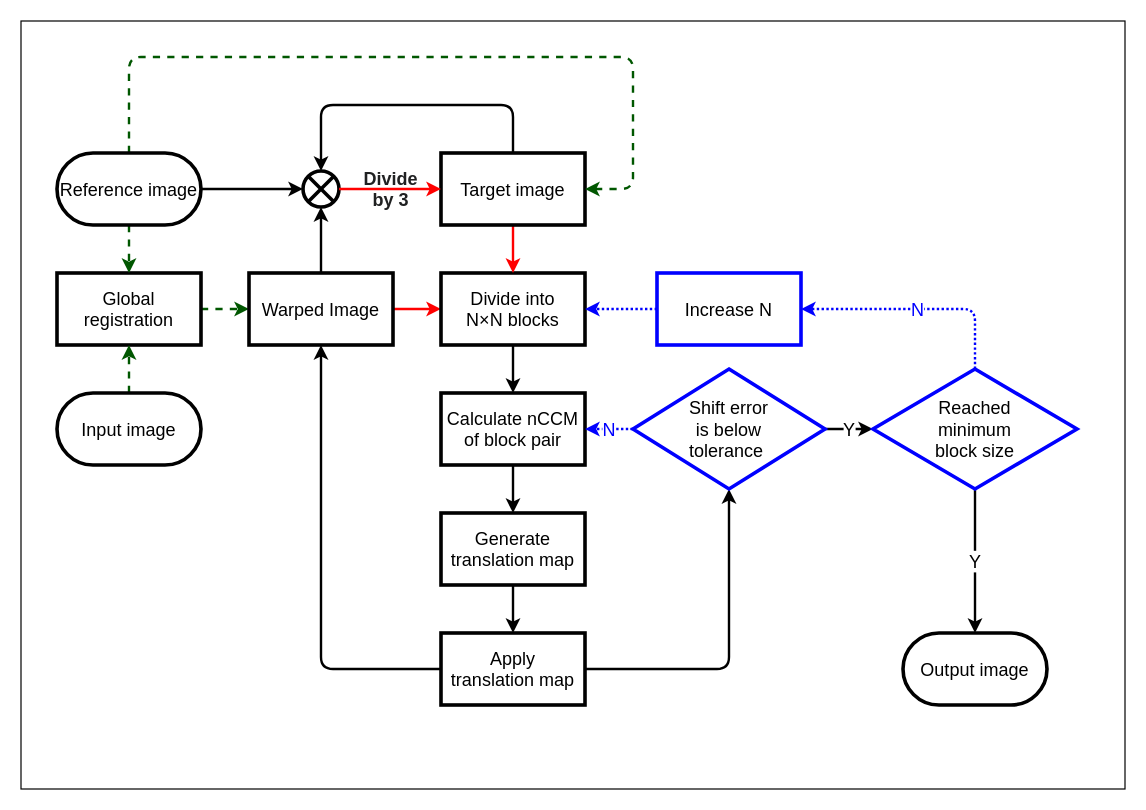
Above: Registration/flow.dio in ZaneWiegand/Microscope-SR (draw.io), before the change. Source tidied: cells renumbered, new cells numbered last; positions are measured from the earlier drawing's top-left corner, leaving out a move shared by most shapes. Both pictures are drawn from the tidied source at 120%, with x=0, y=0 at pixel (20, 20).
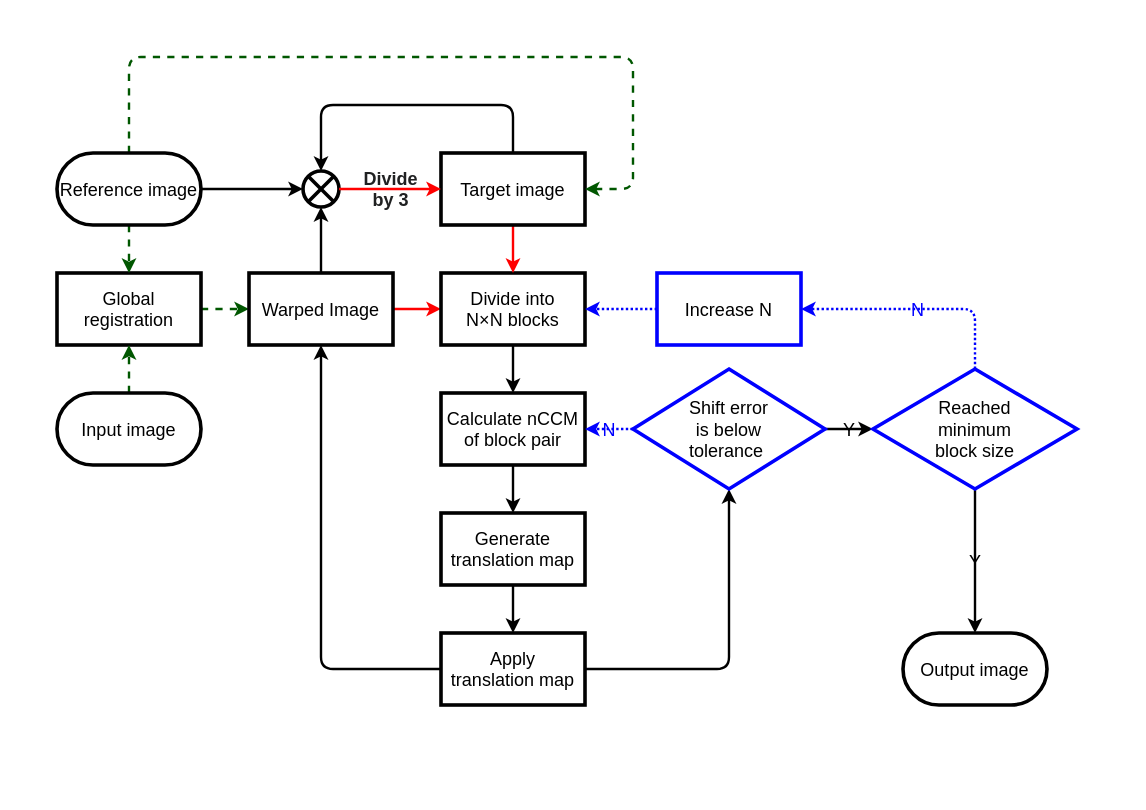
The same page after the edit.

The change refers to these unchanged cells:
```xml
<mxCell id="14" value="Calculate nCCM of block pair" style="whiteSpace=wrap;html=1;rounded=0;fontSize=15;fontColor=#000000;fillColor=none;strokeColor=#000000;strokeWidth=3;" parent="1" vertex="1">
  <mxGeometry x="350" y="310" width="120" height="60" as="geometry" />
</mxCell>
<mxCell id="22" value="Shift error &lt;br&gt;is below&lt;br&gt;tolerance&amp;nbsp;" style="rhombus;whiteSpace=wrap;html=1;rounded=0;fontSize=15;fillColor=none;fontColor=#000000;strokeWidth=3;strokeColor=#0000FF;" parent="1" vertex="1">
  <mxGeometry x="510" y="290" width="160" height="100" as="geometry" />
</mxCell>
<mxCell id="25" value="Reached&lt;br&gt;minimum&lt;br&gt;block size" style="rhombus;whiteSpace=wrap;html=1;rounded=0;fontSize=15;fillColor=none;fontColor=#000000;strokeWidth=3;strokeColor=#0000FF;" parent="1" vertex="1">
  <mxGeometry x="710" y="290" width="170" height="100" as="geometry" />
</mxCell>
<mxCell id="27" value="Increase N" style="whiteSpace=wrap;html=1;rounded=0;fontSize=15;fillColor=none;fontColor=#000000;strokeWidth=3;strokeColor=#0000FF;" parent="1" vertex="1">
  <mxGeometry x="530" y="210" width="120" height="60" as="geometry" />
</mxCell>
<mxCell id="34" value="&lt;span&gt;Output image&lt;/span&gt;" style="rounded=1;whiteSpace=wrap;html=1;fontSize=15;arcSize=50;fontColor=#000000;fillColor=none;strokeColor=#000000;strokeWidth=3;" parent="1" vertex="1">
  <mxGeometry x="735" y="510" width="120" height="60" as="geometry" />
</mxCell>
```

What changed in the source:
```diff
@@
-    <mxCell id="2" style="rounded=0;whiteSpace=wrap;html=1;fillColor=#FFFFFF;" parent="1" vertex="1">
-      <mxGeometry width="920" height="640" as="geometry" />
-    </mxCell>
@@
-    <mxCell id="9" value="&lt;span style=&quot;background-color: rgb(255 , 255 , 255)&quot;&gt;D&lt;font style=&quot;font-size: 15px&quot;&gt;ivide into &lt;br style=&quot;font-size: 15px&quot;&gt;N&lt;span style=&quot;font-family: &amp;#34;arial&amp;#34; , sans-serif ; text-align: left ; font-size: 15px&quot;&gt;×&lt;/span&gt;N blocks&lt;/font&gt;&lt;/span&gt;" style="rounded=0;whiteSpace=wrap;html=1;fontSize=15;fontColor=#000000;fillColor=none;strokeColor=#000000;strokeWidth=3;" parent="1" vertex="1">
+    <mxCell id="9" value="&lt;span style=&quot;&quot;&gt;D&lt;font style=&quot;font-size: 15px&quot;&gt;ivide into &lt;br style=&quot;font-size: 15px&quot;&gt;N&lt;span style=&quot;font-family: &amp;quot;arial&amp;quot; , sans-serif ; text-align: left ; font-size: 15px&quot;&gt;×&lt;/span&gt;N blocks&lt;/font&gt;&lt;/span&gt;" style="rounded=0;whiteSpace=wrap;html=1;fontSize=15;fontColor=#000000;fillColor=none;strokeColor=#000000;strokeWidth=3;labelBackgroundColor=none;" parent="1" vertex="1">
       <mxGeometry x="350" y="210" width="120" height="60" as="geometry" />
     </mxCell>
@@
-    <mxCell id="20" value="&lt;font color=&quot;#0000ff&quot;&gt;N&lt;/font&gt;" style="edgeStyle=none;html=1;exitX=0;exitY=0.5;exitDx=0;exitDy=0;entryX=1;entryY=0.5;entryDx=0;entryDy=0;fontSize=15;fillColor=#1ba1e2;fontColor=#000000;strokeWidth=2;labelBackgroundColor=#FFFFFF;strokeColor=#0000FF;dashed=1;dashPattern=1 1;" parent="1" edge="1" source="22" target="14">
+    <mxCell id="20" value="&lt;font color=&quot;#0000ff&quot;&gt;N&lt;/font&gt;" style="edgeStyle=none;html=1;exitX=0;exitY=0.5;exitDx=0;exitDy=0;entryX=1;entryY=0.5;entryDx=0;entryDy=0;fontSize=15;fillColor=#1ba1e2;fontColor=#000000;strokeWidth=2;labelBackgroundColor=none;strokeColor=#0000FF;dashed=1;dashPattern=1 1;" parent="1" edge="1" source="22" target="14">
       <mxGeometry relative="1" as="geometry" />
     </mxCell>
-    <mxCell id="21" value="Y" style="edgeStyle=none;html=1;exitX=1;exitY=0.5;exitDx=0;exitDy=0;entryX=0;entryY=0.5;entryDx=0;entryDy=0;fontSize=15;fontColor=#000000;strokeWidth=2;fillColor=#1ba1e2;labelBackgroundColor=#FFFFFF;strokeColor=#000000;" parent="1" edge="1" source="22" target="25">
+    <mxCell id="21" value="Y" style="edgeStyle=none;html=1;exitX=1;exitY=0.5;exitDx=0;exitDy=0;entryX=0;entryY=0.5;entryDx=0;entryDy=0;fontSize=15;fontColor=#000000;strokeWidth=2;fillColor=#1ba1e2;labelBackgroundColor=none;strokeColor=#000000;" parent="1" edge="1" source="22" target="25">
       <mxGeometry relative="1" as="geometry" />
     </mxCell>
@@
-    <mxCell id="23" value="&lt;font color=&quot;#0000ff&quot;&gt;N&lt;/font&gt;" style="edgeStyle=none;html=1;exitX=0.5;exitY=0;exitDx=0;exitDy=0;entryX=1;entryY=0.5;entryDx=0;entryDy=0;fontSize=15;fillColor=#1ba1e2;fontColor=#000000;strokeWidth=2;labelBackgroundColor=#FFFFFF;strokeColor=#0000FF;dashed=1;dashPattern=1 1;" parent="1" edge="1" source="25" target="27">
+    <mxCell id="23" value="&lt;font color=&quot;#0000ff&quot;&gt;N&lt;/font&gt;" style="edgeStyle=none;html=1;exitX=0.5;exitY=0;exitDx=0;exitDy=0;entryX=1;entryY=0.5;entryDx=0;entryDy=0;fontSize=15;fillColor=#1ba1e2;fontColor=#000000;strokeWidth=2;labelBackgroundColor=none;strokeColor=#0000FF;dashed=1;dashPattern=1 1;" parent="1" edge="1" source="25" target="27">
       <mxGeometry relative="1" as="geometry">
         <Array as="points">
           <mxPoint x="795" y="240" />
         </Array>
       </mxGeometry>
     </mxCell>
-    <mxCell id="24" value="Y" style="edgeStyle=none;html=1;exitX=0.5;exitY=1;exitDx=0;exitDy=0;entryX=0.5;entryY=0;entryDx=0;entryDy=0;fontSize=15;fontColor=#000000;labelBackgroundColor=#FFFFFF;strokeColor=#000000;strokeWidth=2;" parent="1" edge="1" source="25" target="34">
+    <mxCell id="24" value="Y" style="edgeStyle=none;html=1;exitX=0.5;exitY=1;exitDx=0;exitDy=0;entryX=0.5;entryY=0;entryDx=0;entryDy=0;fontSize=15;fontColor=#000000;labelBackgroundColor=none;strokeColor=#000000;strokeWidth=2;" parent="1" edge="1" source="25" target="34">
       <mxGeometry relative="1" as="geometry" />
     </mxCell>
```
